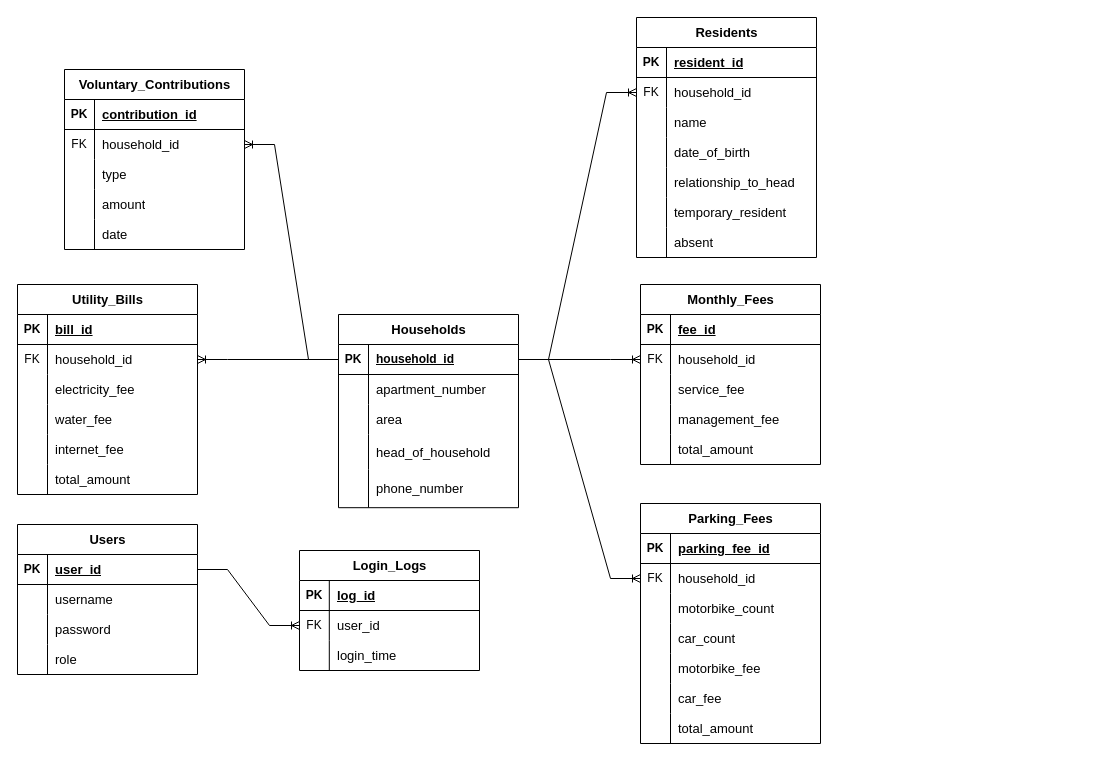
hshdhu/btl-cnpm keeps this draw.io diagram as Biểu đồ không có tiêu đề.drawio. Above is the earlier version. Source tidied: cells renumbered, new cells numbered last; positions are measured from the earlier drawing's top-left corner, leaving out a move shared by most shapes. Both pictures are drawn from the tidied source at 100%, with x=0, y=0 at pixel (-195, 17).
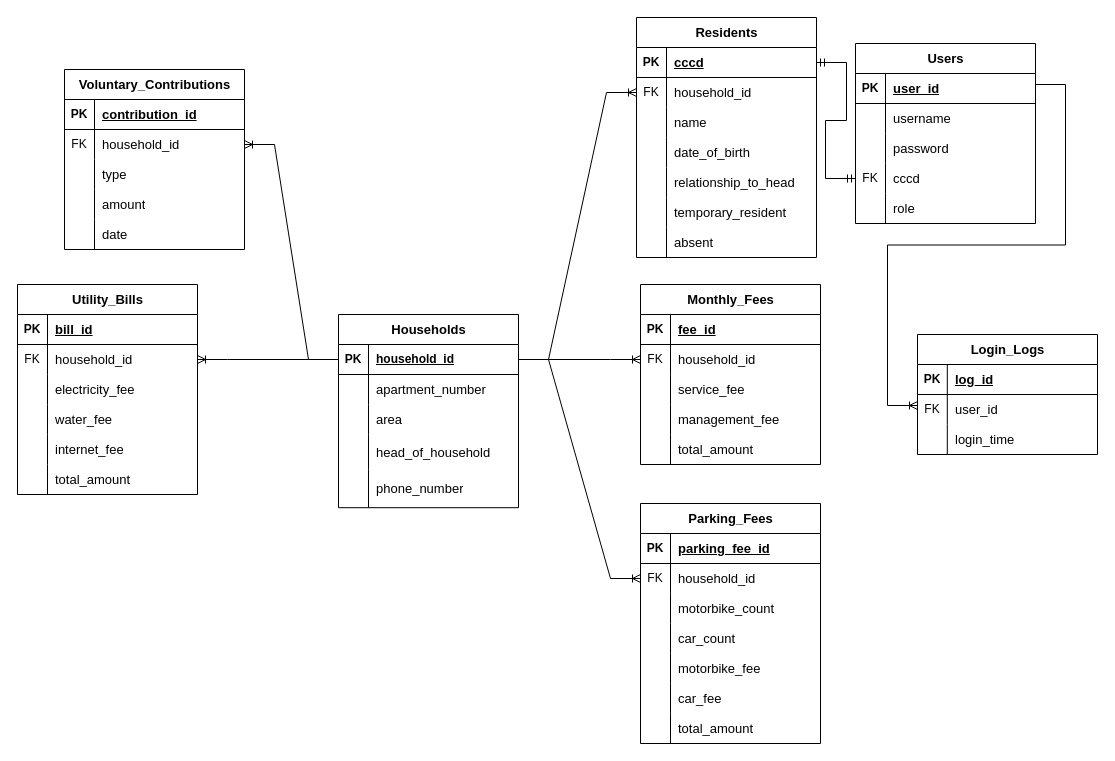
After the change.

The change refers to these unchanged cells:
```xml
<mxCell id="19" style="shape=tableRow;horizontal=0;startSize=0;swimlaneHead=0;swimlaneBody=0;fillColor=none;points=[[0,0.5],[1,0.5]];portConstraint=eastwest;top=0;left=0;right=0;bottom=1;" parent="18" vertex="1">
  <mxGeometry y="30" width="180" height="30" as="geometry" />
</mxCell>
<mxCell id="76" style="shape=tableRow;horizontal=0;startSize=0;swimlaneHead=0;swimlaneBody=0;fillColor=none;points=[[0,0.5],[1,0.5]];portConstraint=eastwest;top=0;left=0;right=0;bottom=0;" parent="72" vertex="1">
  <mxGeometry y="60" width="180" height="30" as="geometry" />
</mxCell>
<mxCell id="127" style="shape=tableRow;horizontal=0;startSize=0;swimlaneHead=0;swimlaneBody=0;fillColor=none;points=[[0,0.5],[1,0.5]];portConstraint=eastwest;top=0;left=0;right=0;bottom=1;" parent="126" vertex="1">
  <mxGeometry y="30" width="180" height="30" as="geometry" />
</mxCell>
```

Change to the diagram source:
```diff
@@
-    <mxCell id="21" value="resident_id" style="shape=partialRectangle;fillColor=none;top=0;left=0;bottom=0;right=0;align=left;spacingLeft=6;fontStyle=5;overflow=hidden;whiteSpace=wrap;html=1;fontSize=13;" parent="19" vertex="1">
+    <mxCell id="21" value="cccd" style="shape=partialRectangle;fillColor=none;top=0;left=0;bottom=0;right=0;align=left;spacingLeft=6;fontStyle=5;overflow=hidden;whiteSpace=wrap;html=1;fontSize=13;" parent="19" vertex="1">
       <mxGeometry x="30" width="150" height="30" as="geometry" />
     </mxCell>
@@
     <mxCell id="72" value="Login_Logs" style="shape=table;startSize=30;childLayout=tableLayout;rowLines=0;fontStyle=1;align=center;html=1;fontSize=13;" parent="1" vertex="1">
-      <mxGeometry x="494" y="533" width="180" height="120" as="geometry" />
+      <mxGeometry x="1112" y="317" width="180" height="120" as="geometry" />
     </mxCell>
@@
     <mxCell id="126" value="Users" style="shape=table;startSize=30;childLayout=tableLayout;rowLines=0;fontStyle=1;align=center;html=1;fontSize=13;" parent="1" vertex="1">
-      <mxGeometry x="212" y="507" width="180" height="150" as="geometry" />
+      <mxGeometry x="1050" y="26" width="180" height="180" as="geometry" />
     </mxCell>
@@
+    <mxCell id="142" style="shape=tableRow;horizontal=0;startSize=0;swimlaneHead=0;swimlaneBody=0;fillColor=none;points=[[0,0.5],[1,0.5]];portConstraint=eastwest;top=0;left=0;right=0;bottom=0;" parent="126" vertex="1">
+      <mxGeometry y="120" width="180" height="30" as="geometry" />
+    </mxCell>
+    <mxCell id="143" value="FK" style="shape=partialRectangle;fillColor=none;top=0;left=0;bottom=0;right=0;overflow=hidden;whiteSpace=wrap;html=1;" parent="142" vertex="1">
+      <mxGeometry width="30" height="30" as="geometry" />
+    </mxCell>
+    <mxCell id="144" value="cccd" style="shape=partialRectangle;fillColor=none;top=0;left=0;bottom=0;right=0;align=left;spacingLeft=6;overflow=hidden;whiteSpace=wrap;html=1;fontSize=13;" parent="142" vertex="1">
+      <mxGeometry x="30" width="150" height="30" as="geometry" />
+    </mxCell>
     <mxCell id="136" style="shape=tableRow;horizontal=0;startSize=0;swimlaneHead=0;swimlaneBody=0;fillColor=none;top=0;left=0;right=0;bottom=0;" parent="126" vertex="1">
-      <mxGeometry y="120" width="180" height="30" as="geometry" />
+      <mxGeometry y="150" width="180" height="30" as="geometry" />
     </mxCell>
@@
-    <mxCell id="141" style="edgeStyle=entityRelationEdgeStyle;fontSize=12;html=1;endArrow=ERoneToMany;rounded=0;exitX=1;exitY=0.5;exitDx=0;exitDy=0;entryX=0;entryY=0.5;entryDx=0;entryDy=0;" parent="1" edge="1" source="127" target="76">
-      <mxGeometry relative="1" as="geometry" />
+    <mxCell id="141" style="edgeStyle=entityRelationEdgeStyle;fontSize=12;html=1;endArrow=ERoneToMany;rounded=0;exitX=1;exitY=0.5;exitDx=0;exitDy=0;entryX=0;entryY=0.5;entryDx=0;entryDy=0;" parent="1" edge="1">
+      <mxGeometry relative="1" as="geometry">
+        <mxPoint x="1230" y="67" as="sourcePoint" />
+        <mxPoint x="1112" y="388" as="targetPoint" />
+      </mxGeometry>
     </mxCell>
+    <mxCell id="145" style="edgeStyle=entityRelationEdgeStyle;fontSize=12;html=1;endArrow=ERmandOne;startArrow=ERmandOne;rounded=0;entryX=0;entryY=0.5;entryDx=0;entryDy=0;exitX=1;exitY=0.5;exitDx=0;exitDy=0;" parent="1" edge="1" source="19" target="142">
+      <mxGeometry relative="1" as="geometry">
+        <Array as="points">
+          <mxPoint x="1041" y="124" />
+          <mxPoint x="1050" y="156" />
+        </Array>
+      </mxGeometry>
+    </mxCell>
```
